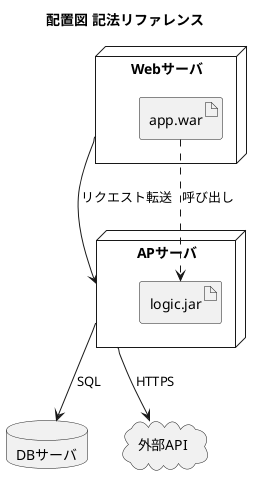
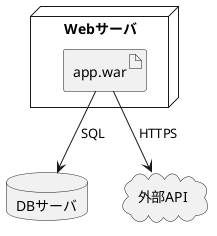
@startuml
- ' ============================================================
- '  配置図 記法リファレンス（「こう書くとこうなる」集）
- '  ソフトを物理的な機器のどこに置くかを表す。※コメントは行頭の ' のみ。
- ' ============================================================
- title 配置図 記法リファレンス
- 
- ' ▼ 機器・置き場はキーワードで使い分ける（見た目が変わる）
- '   node=サーバ/機器, database=DB, cloud=外部, folder=フォルダ
- node "Webサーバ" as web {
-   ' ▼ 成果物（配置されるモノ）はこう： artifact "名前"
-   artifact "app.war" as app
- }
- node "APサーバ" as ap {
-   artifact "logic.jar" as logic
+ node "Webサーバ" {
+   artifact "app.war"
}
database "DBサーバ" as db
cloud "外部API" as ext

- ' ▼ 接続・通信はこう： --> に : で説明を付ける
- web --> ap : リクエスト転送
- ap --> db : SQL
- ap --> ext : HTTPS
- 
- ' ▼ 配置（モノを機器に置く）の依存はこう
- app ..> logic : 呼び出し
- 
+ [app.war] --> db : SQL
+ [app.war] --> ext : HTTPS
@enduml
